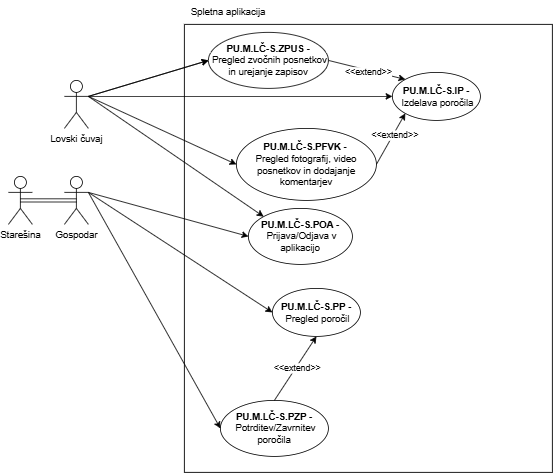
Before: Lovski cuvaj-Spletna aplikacija.drawio.png, a diagram exported from draw.io (ErnestISv/Lovstvo). Source tidied: cells renumbered, new cells last; positions are measured from the earlier drawing's top-left corner, leaving out a move shared by most shapes.
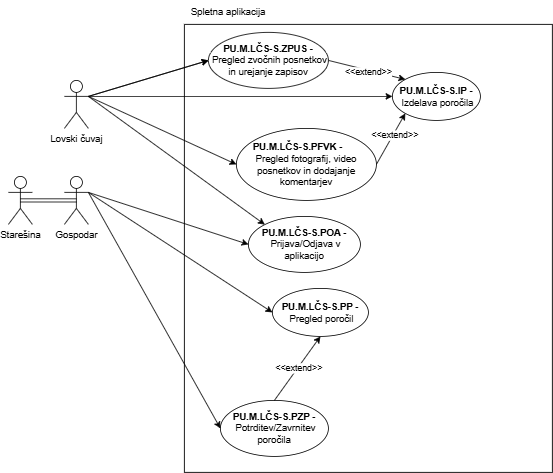
Above is the later version.

What changed in the source:
```diff
@@ -14,19 +14,19 @@
     <mxCell id="5" value="Gospodar" style="shape=umlActor;verticalLabelPosition=bottom;verticalAlign=top;html=1;outlineConnect=0;" parent="1" vertex="1">
       <mxGeometry x="70" y="220" width="30" height="60" as="geometry" />
     </mxCell>
-    <mxCell id="6" value="&lt;div&gt;&lt;span style=&quot;background-color: transparent;&quot;&gt;&lt;b&gt;PU.M.LČ-S.IP -&amp;nbsp;&lt;/b&gt;&lt;/span&gt;&lt;span style=&quot;background-color: transparent; color: light-dark(rgb(0, 0, 0), rgb(255, 255, 255));&quot;&gt;Izdelava poročila&lt;/span&gt;&lt;/div&gt;" style="ellipse;whiteSpace=wrap;html=1;" parent="1" vertex="1">
+    <mxCell id="6" value="&lt;div&gt;&lt;span style=&quot;background-color: transparent;&quot;&gt;&lt;b&gt;PU.M.LČS-S&lt;/b&gt;&lt;/span&gt;&lt;span style=&quot;background-color: transparent;&quot;&gt;&lt;b&gt;.IP -&amp;nbsp;&lt;/b&gt;&lt;/span&gt;&lt;span style=&quot;background-color: transparent; color: light-dark(rgb(0, 0, 0), rgb(255, 255, 255));&quot;&gt;Izdelava poročila&lt;/span&gt;&lt;/div&gt;" style="ellipse;whiteSpace=wrap;html=1;" parent="1" vertex="1">
       <mxGeometry x="480" y="90" width="110" height="60" as="geometry" />
     </mxCell>
     <mxCell id="7" style="endArrow=classic;html=1;rounded=0;exitX=1;exitY=0.3333333333333333;exitDx=0;exitDy=0;exitPerimeter=0;entryX=0;entryY=0.5;entryDx=0;entryDy=0;" parent="1" edge="1" source="3" target="6">
       <mxGeometry relative="1" as="geometry" />
     </mxCell>
-    <mxCell id="8" value="&lt;div&gt;&lt;span style=&quot;background-color: transparent;&quot;&gt;&lt;b&gt;PU.M.LČ-S.PP -&amp;nbsp;&lt;/b&gt;&lt;/span&gt;&lt;span style=&quot;background-color: transparent; color: light-dark(rgb(0, 0, 0), rgb(255, 255, 255));&quot;&gt;Pregled poročil&lt;/span&gt;&lt;/div&gt;" style="ellipse;whiteSpace=wrap;html=1;" parent="1" vertex="1">
-      <mxGeometry x="330" y="360" width="110" height="60" as="geometry" />
+    <mxCell id="8" value="&lt;div&gt;&lt;span style=&quot;background-color: transparent;&quot;&gt;&lt;b&gt;PU.M.LČS-S&lt;/b&gt;&lt;/span&gt;&lt;span style=&quot;background-color: transparent;&quot;&gt;&lt;b&gt;.PP -&amp;nbsp;&lt;/b&gt;&lt;/span&gt;&lt;span style=&quot;background-color: transparent; color: light-dark(rgb(0, 0, 0), rgb(255, 255, 255));&quot;&gt;Pregled poročil&lt;/span&gt;&lt;/div&gt;" style="ellipse;whiteSpace=wrap;html=1;" parent="1" vertex="1">
+      <mxGeometry x="330" y="360" width="120" height="60" as="geometry" />
     </mxCell>
     <mxCell id="9" style="endArrow=classic;html=1;rounded=0;exitX=1;exitY=0.3333333333333333;exitDx=0;exitDy=0;exitPerimeter=0;entryX=0;entryY=0.5;entryDx=0;entryDy=0;" parent="1" edge="1" source="5" target="8">
       <mxGeometry relative="1" as="geometry" />
     </mxCell>
-    <mxCell id="10" value="&lt;div&gt;&lt;span style=&quot;background-color: transparent;&quot;&gt;&lt;b&gt;PU.M.LČ-S.PZP -&amp;nbsp;&lt;/b&gt;&lt;/span&gt;&lt;span style=&quot;background-color: transparent; color: light-dark(rgb(0, 0, 0), rgb(255, 255, 255));&quot;&gt;Potrditev/Zavrnitev poročila&lt;/span&gt;&lt;/div&gt;" style="ellipse;whiteSpace=wrap;html=1;" parent="1" vertex="1">
+    <mxCell id="10" value="&lt;div&gt;&lt;span style=&quot;background-color: transparent;&quot;&gt;&lt;b&gt;PU.M.LČS-S&lt;/b&gt;&lt;/span&gt;&lt;span style=&quot;background-color: transparent;&quot;&gt;&lt;b&gt;.PZP -&amp;nbsp;&lt;/b&gt;&lt;/span&gt;&lt;span style=&quot;background-color: transparent; color: light-dark(rgb(0, 0, 0), rgb(255, 255, 255));&quot;&gt;Potrditev/Zavrnitev poročila&lt;/span&gt;&lt;/div&gt;" style="ellipse;whiteSpace=wrap;html=1;" parent="1" vertex="1">
       <mxGeometry x="265" y="500" width="135" height="70" as="geometry" />
     </mxCell>
     <mxCell id="11" style="endArrow=classic;html=1;rounded=0;exitX=1;exitY=0.3333333333333333;exitDx=0;exitDy=0;exitPerimeter=0;entryX=0;entryY=0.5;entryDx=0;entryDy=0;" parent="1" edge="1" source="5" target="10">
@@ -35,15 +35,15 @@
     <mxCell id="12" value="Spletna aplikacija" style="text;html=1;align=center;verticalAlign=middle;whiteSpace=wrap;rounded=0;" parent="1" vertex="1">
       <mxGeometry x="220" width="110" height="30" as="geometry" />
     </mxCell>
-    <mxCell id="13" value="&lt;div&gt;&lt;span style=&quot;background-color: transparent;&quot;&gt;&lt;b&gt;PU.M.LČ-S.POA -&amp;nbsp;&lt;/b&gt;&lt;/span&gt;&lt;span style=&quot;background-color: transparent; color: light-dark(rgb(0, 0, 0), rgb(255, 255, 255));&quot;&gt;Prijava/Odjava v aplikacijo&lt;/span&gt;&lt;/div&gt;" style="ellipse;whiteSpace=wrap;html=1;" parent="1" vertex="1">
-      <mxGeometry x="300" y="260" width="130" height="70" as="geometry" />
+    <mxCell id="13" value="&lt;div&gt;&lt;span style=&quot;background-color: transparent;&quot;&gt;&lt;b&gt;PU.M.LČS-S&lt;/b&gt;&lt;/span&gt;&lt;span style=&quot;background-color: transparent;&quot;&gt;&lt;b&gt;.POA -&amp;nbsp;&lt;/b&gt;&lt;/span&gt;&lt;span style=&quot;background-color: transparent; color: light-dark(rgb(0, 0, 0), rgb(255, 255, 255));&quot;&gt;Prijava/Odjava v aplikacijo&lt;/span&gt;&lt;/div&gt;" style="ellipse;whiteSpace=wrap;html=1;" parent="1" vertex="1">
+      <mxGeometry x="300" y="270" width="140" height="70" as="geometry" />
     </mxCell>
     <mxCell id="14" style="endArrow=classic;html=1;rounded=0;entryX=0;entryY=0;entryDx=0;entryDy=0;" parent="1" edge="1" target="13">
       <mxGeometry relative="1" as="geometry">
         <mxPoint x="100" y="120" as="sourcePoint" />
       </mxGeometry>
     </mxCell>
-    <mxCell id="15" value="&lt;div&gt;&lt;span style=&quot;background-color: transparent;&quot;&gt;&lt;b&gt;PU.M.LČ-S.PFVK -&lt;span style=&quot;white-space: pre;&quot;&gt;&#9;&lt;/span&gt;&lt;/b&gt;&lt;/span&gt;&lt;/div&gt;&lt;div&gt;&lt;span style=&quot;background-color: transparent; color: light-dark(rgb(0, 0, 0), rgb(255, 255, 255));&quot;&gt;Pregled fotografij, video posnetkov in dodajanje komentarjev&lt;/span&gt;&lt;/div&gt;" style="ellipse;whiteSpace=wrap;html=1;" parent="1" vertex="1">
+    <mxCell id="15" value="&lt;div&gt;&lt;span style=&quot;background-color: transparent;&quot;&gt;&lt;b&gt;PU.M.LČS-S&lt;/b&gt;&lt;/span&gt;&lt;span style=&quot;background-color: transparent;&quot;&gt;&lt;b&gt;.PFVK -&lt;span style=&quot;white-space: pre;&quot;&gt;&#9;&lt;/span&gt;&lt;/b&gt;&lt;/span&gt;&lt;/div&gt;&lt;div&gt;&lt;span style=&quot;background-color: transparent; color: light-dark(rgb(0, 0, 0), rgb(255, 255, 255));&quot;&gt;Pregled fotografij, video posnetkov in dodajanje komentarjev&lt;/span&gt;&lt;/div&gt;" style="ellipse;whiteSpace=wrap;html=1;" parent="1" vertex="1">
       <mxGeometry x="285" y="160" width="175" height="90" as="geometry" />
     </mxCell>
     <mxCell id="16" style="endArrow=classic;html=1;rounded=0;exitX=1;exitY=0.3333333333333333;exitDx=0;exitDy=0;exitPerimeter=0;entryX=0;entryY=0.5;entryDx=0;entryDy=0;" parent="1" edge="1" source="3" target="15">
@@ -55,7 +55,7 @@
     <mxCell id="18" style="endArrow=classic;html=1;rounded=0;exitX=1;exitY=0.3333333333333333;exitDx=0;exitDy=0;exitPerimeter=0;entryX=0;entryY=0.5;entryDx=0;entryDy=0;" parent="1" edge="1" source="3" target="19">
       <mxGeometry relative="1" as="geometry" />
     </mxCell>
-    <mxCell id="19" value="&lt;div&gt;&lt;span style=&quot;background-color: transparent;&quot;&gt;&lt;b&gt;PU.M.LČ-S.ZPUS -&amp;nbsp;&lt;/b&gt;&lt;/span&gt;&lt;span style=&quot;background-color: transparent; color: light-dark(rgb(0, 0, 0), rgb(255, 255, 255));&quot;&gt;Pregled zvočnih posnetkov in urejanje zapisov&lt;/span&gt;&lt;/div&gt;" style="ellipse;whiteSpace=wrap;html=1;" parent="1" vertex="1">
+    <mxCell id="19" value="&lt;div&gt;&lt;span style=&quot;background-color: transparent;&quot;&gt;&lt;b&gt;PU.M.LČS-S&lt;/b&gt;&lt;/span&gt;&lt;span style=&quot;background-color: transparent;&quot;&gt;&lt;b&gt;.ZPUS -&amp;nbsp;&lt;/b&gt;&lt;/span&gt;&lt;span style=&quot;background-color: transparent; color: light-dark(rgb(0, 0, 0), rgb(255, 255, 255));&quot;&gt;Pregled zvočnih posnetkov in urejanje zapisov&lt;/span&gt;&lt;/div&gt;" style="ellipse;whiteSpace=wrap;html=1;" parent="1" vertex="1">
       <mxGeometry x="250" y="40" width="150" height="70" as="geometry" />
     </mxCell>
     <mxCell id="20" style="endArrow=classic;html=1;rounded=0;exitX=1;exitY=0.3333333333333333;exitDx=0;exitDy=0;exitPerimeter=0;entryX=0;entryY=0.5;entryDx=0;entryDy=0;" parent="1" edge="1" source="5" target="13">
```
